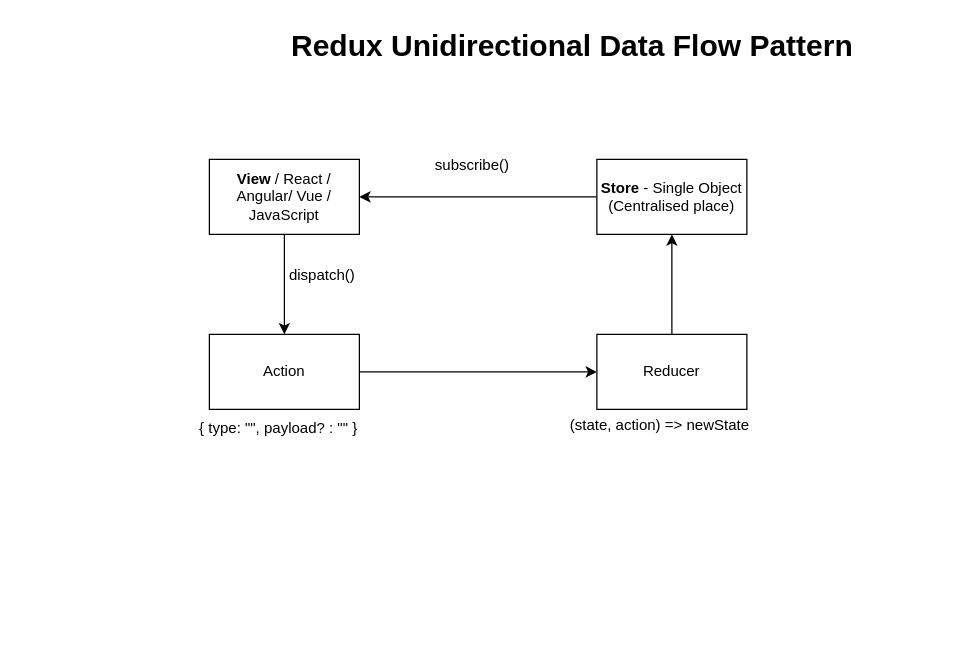
Earlier version of the draw.io diagram page "Page-4" (4 of 4) of ref/react-diagrams.drawio (synergy2411/db_ui_b2). Source tidied: cells renumbered, new cells numbered last; positions are measured from the earlier drawing's top-left corner, leaving out a move shared by most shapes. Both pictures are drawn from the tidied source at 125%, with x=0, y=0 at pixel (184, 21).
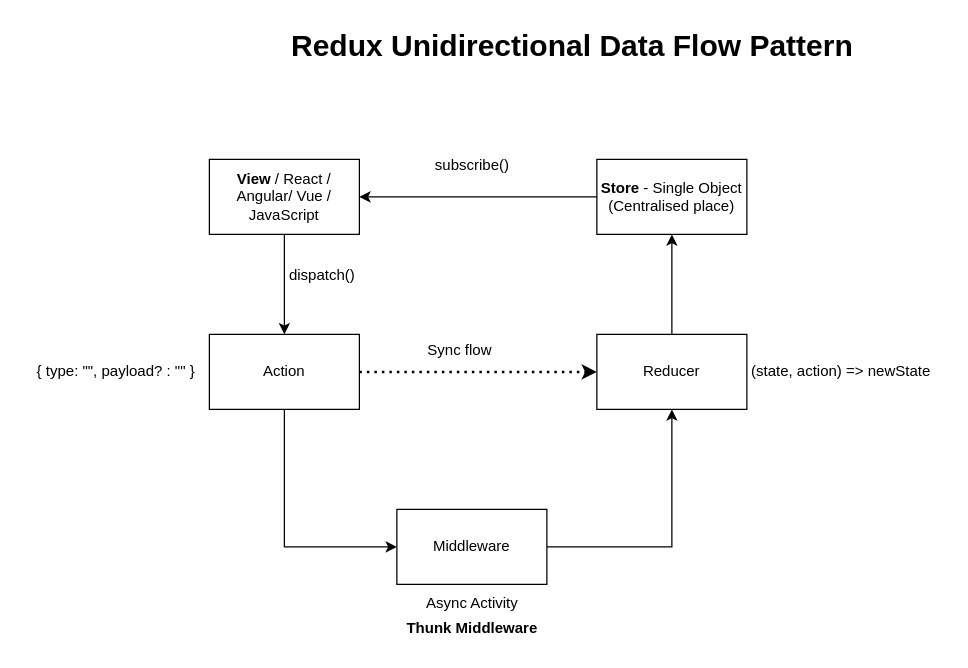
The same page after the edit.

Unchanged cells that the change refers to:
```xml
<mxCell id="6" value="Action" style="whiteSpace=wrap;html=1;rounded=0;" parent="1" vertex="1">
  <mxGeometry x="20" y="250" width="120" height="60" as="geometry" />
</mxCell>
<mxCell id="10" value="Reducer" style="whiteSpace=wrap;html=1;rounded=0;" parent="1" vertex="1">
  <mxGeometry x="330" y="250" width="120" height="60" as="geometry" />
</mxCell>
```

What changed in the source:
```diff
@@
-    <mxCell id="5" style="edgeStyle=orthogonalEdgeStyle;rounded=0;jettySize=auto;html=1;" parent="1" edge="1" source="6" target="10">
+    <mxCell id="5" style="edgeStyle=orthogonalEdgeStyle;rounded=0;jettySize=auto;html=1;dashed=1;dashPattern=1 2;strokeWidth=2;" parent="1" edge="1" source="6" target="10">
       <mxGeometry relative="1" as="geometry" />
     </mxCell>
+    <mxCell id="15" style="edgeStyle=orthogonalEdgeStyle;rounded=0;jettySize=auto;html=1;exitX=0.5;exitY=1;exitDx=0;exitDy=0;entryX=0;entryY=0.5;entryDx=0;entryDy=0;" parent="1" edge="1" source="6" target="17">
+      <mxGeometry relative="1" as="geometry" />
+    </mxCell>
@@
     <mxCell id="8" value="{ type: &quot;&quot;, payload? : &quot;&quot; }" style="text;html=1;align=center;verticalAlign=middle;strokeColor=none;fillColor=none;" parent="1" vertex="1">
-      <mxGeometry y="310" width="150" height="30" as="geometry" />
+      <mxGeometry x="-130" y="265" width="150" height="30" as="geometry" />
     </mxCell>
@@
     <mxCell id="11" value="(state, action) =&amp;gt; newState" style="text;html=1;align=center;verticalAlign=middle;strokeColor=none;fillColor=none;" parent="1" vertex="1">
-      <mxGeometry x="295" y="308" width="170" height="30" as="geometry" />
+      <mxGeometry x="440" y="265" width="170" height="30" as="geometry" />
     </mxCell>
@@
+    <mxCell id="16" style="edgeStyle=orthogonalEdgeStyle;rounded=0;jettySize=auto;html=1;exitX=1;exitY=0.5;exitDx=0;exitDy=0;entryX=0.5;entryY=1;entryDx=0;entryDy=0;" parent="1" edge="1" source="17" target="10">
+      <mxGeometry relative="1" as="geometry" />
+    </mxCell>
+    <mxCell id="17" value="Middleware" style="rounded=0;whiteSpace=wrap;html=1;" parent="1" vertex="1">
+      <mxGeometry x="170" y="390" width="120" height="60" as="geometry" />
+    </mxCell>
+    <mxCell id="18" value="Sync flow" style="text;html=1;align=center;verticalAlign=middle;strokeColor=none;fillColor=none;" parent="1" vertex="1">
+      <mxGeometry x="185" y="248" width="70" height="30" as="geometry" />
+    </mxCell>
+    <mxCell id="19" value="Async Activity" style="text;html=1;align=center;verticalAlign=middle;strokeColor=none;fillColor=none;" parent="1" vertex="1">
+      <mxGeometry x="180" y="450" width="100" height="30" as="geometry" />
+    </mxCell>
+    <mxCell id="20" value="&lt;b&gt;Thunk Middleware&lt;/b&gt;" style="text;html=1;align=center;verticalAlign=middle;strokeColor=none;fillColor=none;" parent="1" vertex="1">
+      <mxGeometry x="165" y="470" width="130" height="30" as="geometry" />
+    </mxCell>
```
